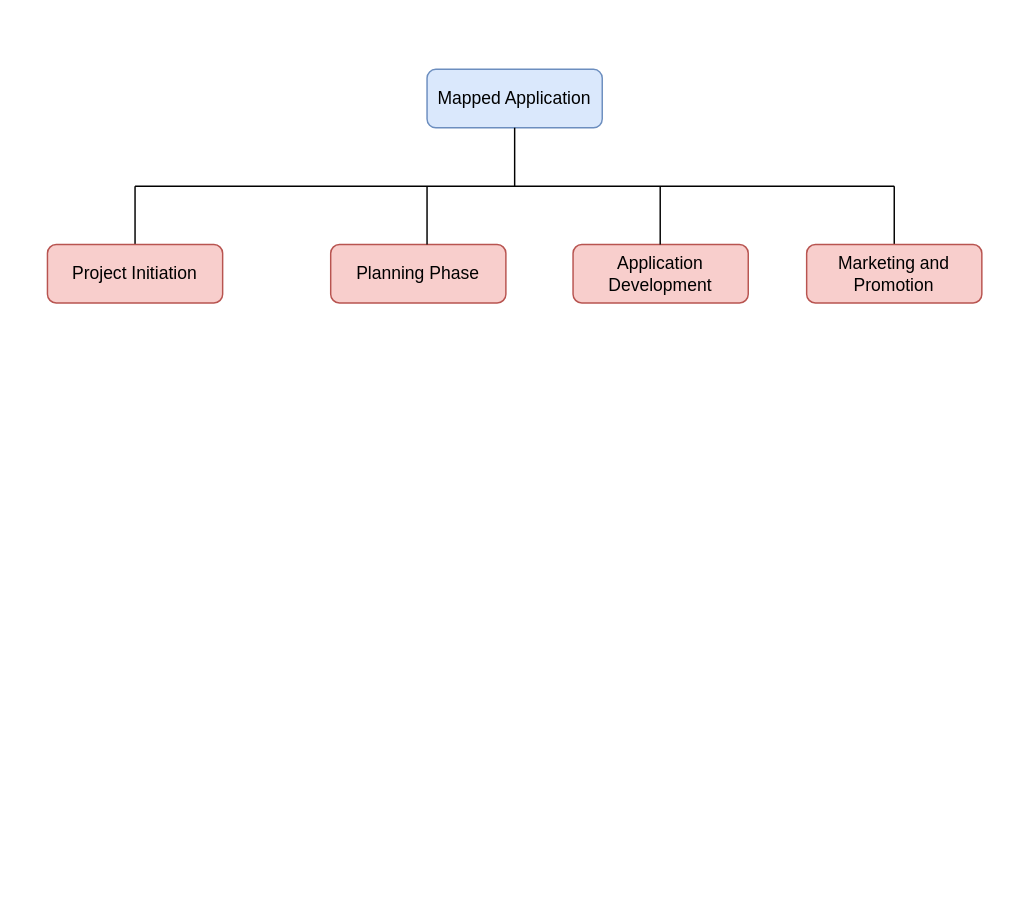
easy297/carMusc-landingTemplate keeps this draw.io diagram as Untitled Diagram.drawio. Above is the earlier version. Source tidied: cells renumbered, new cells numbered last; positions are measured from the earlier drawing's top-left corner, leaving out a move shared by most shapes. Both pictures are drawn from the tidied source at 146%, with x=0, y=0 at pixel (47, 69).
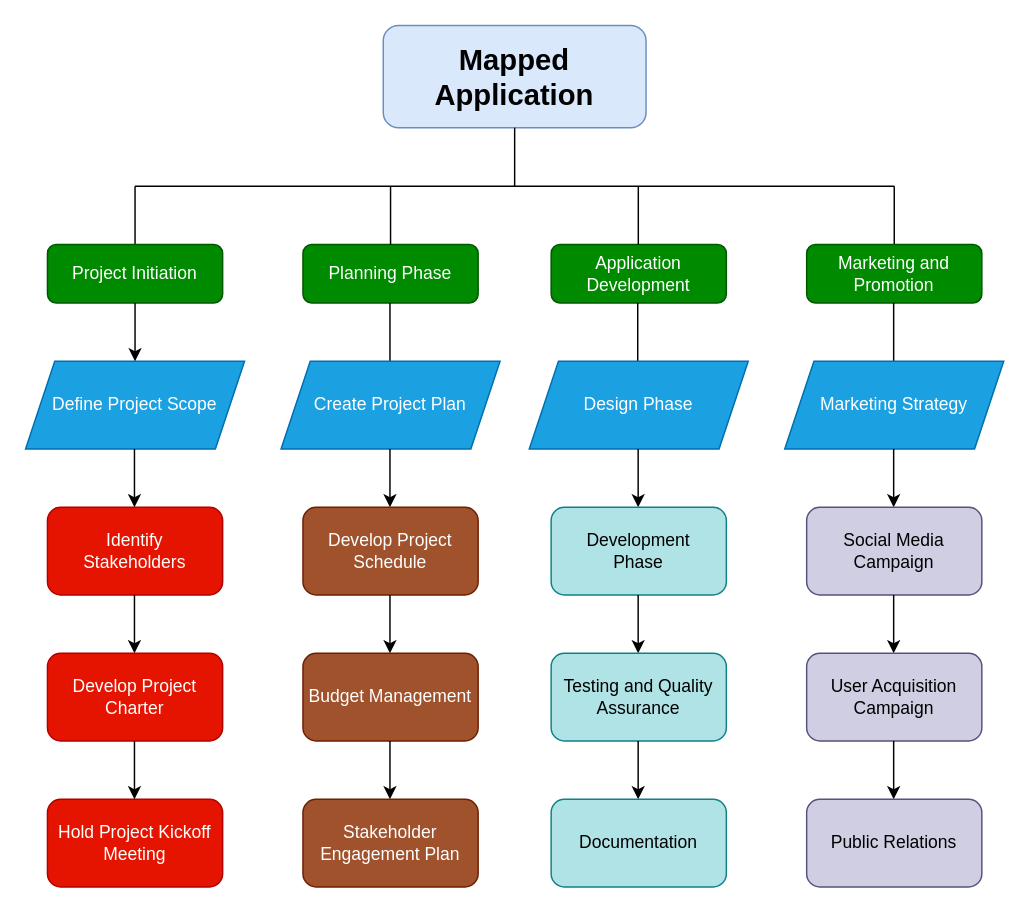
Above is the later version.

What changed in the source:
```diff
@@
-    <mxCell id="2" value="Mapped Application" style="rounded=1;whiteSpace=wrap;html=1;fillColor=#dae8fc;strokeColor=#6c8ebf;" parent="1" vertex="1">
-      <mxGeometry x="260" width="120" height="40" as="geometry" />
+    <mxCell id="2" value="&lt;font style=&quot;font-size: 20px;&quot;&gt;&lt;b&gt;Mapped Application&lt;/b&gt;&lt;/font&gt;" style="rounded=1;whiteSpace=wrap;html=1;fillColor=#dae8fc;strokeColor=#6c8ebf;" parent="1" vertex="1">
+      <mxGeometry x="230" y="-30" width="180" height="70" as="geometry" />
     </mxCell>
@@
-    <mxCell id="7" value="Project Initiation" style="rounded=1;whiteSpace=wrap;html=1;fillColor=#f8cecc;strokeColor=#b85450;" parent="1" vertex="1">
+    <mxCell id="7" value="Project Initiation" style="rounded=1;whiteSpace=wrap;html=1;fillColor=#008a00;strokeColor=#005700;fontColor=#ffffff;" parent="1" vertex="1">
       <mxGeometry y="120" width="120" height="40" as="geometry" />
     </mxCell>
-    <mxCell id="8" value="Planning Phase" style="rounded=1;whiteSpace=wrap;html=1;fillColor=#f8cecc;strokeColor=#b85450;" parent="1" vertex="1">
-      <mxGeometry x="194" y="120" width="120" height="40" as="geometry" />
+    <mxCell id="8" value="Planning Phase" style="rounded=1;whiteSpace=wrap;html=1;fillColor=#008a00;strokeColor=#005700;fontColor=#ffffff;" parent="1" vertex="1">
+      <mxGeometry x="175" y="120" width="120" height="40" as="geometry" />
     </mxCell>
-    <mxCell id="9" value="Application Development" style="rounded=1;whiteSpace=wrap;html=1;fillColor=#f8cecc;strokeColor=#b85450;" parent="1" vertex="1">
-      <mxGeometry x="360" y="120" width="120" height="40" as="geometry" />
+    <mxCell id="9" value="Application Development" style="rounded=1;whiteSpace=wrap;html=1;fillColor=#008a00;strokeColor=#005700;fontColor=#ffffff;" parent="1" vertex="1">
+      <mxGeometry x="345" y="120" width="120" height="40" as="geometry" />
     </mxCell>
-    <mxCell id="10" value="Marketing and Promotion" style="rounded=1;whiteSpace=wrap;html=1;fillColor=#f8cecc;strokeColor=#b85450;" parent="1" vertex="1">
+    <mxCell id="10" value="Marketing and Promotion" style="rounded=1;whiteSpace=wrap;html=1;fillColor=#008a00;strokeColor=#005700;fontColor=#ffffff;" parent="1" vertex="1">
       <mxGeometry x="520" y="120" width="120" height="40" as="geometry" />
     </mxCell>
     <mxCell id="11" style="endArrow=none;html=1;rounded=0;" parent="1" edge="1">
       <mxGeometry relative="1" as="geometry">
-        <mxPoint x="260" y="120" as="sourcePoint" />
-        <mxPoint x="260" y="80" as="targetPoint" />
+        <mxPoint x="235" y="120" as="sourcePoint" />
+        <mxPoint x="235" y="80" as="targetPoint" />
       </mxGeometry>
     </mxCell>
     <mxCell id="12" style="endArrow=none;html=1;rounded=0;" parent="1" edge="1">
       <mxGeometry relative="1" as="geometry">
-        <mxPoint x="419.7" y="120" as="sourcePoint" />
-        <mxPoint x="419.7" y="80" as="targetPoint" />
+        <mxPoint x="404.7" y="120" as="sourcePoint" />
+        <mxPoint x="404.7" y="80" as="targetPoint" />
       </mxGeometry>
     </mxCell>
+    <mxCell id="13" style="endArrow=none;html=1;rounded=0;" parent="1" edge="1">
+      <mxGeometry relative="1" as="geometry">
+        <mxPoint x="234.6" y="200" as="sourcePoint" />
+        <mxPoint x="234.6" y="160" as="targetPoint" />
+      </mxGeometry>
+    </mxCell>
+    <mxCell id="14" style="endArrow=none;html=1;rounded=0;" parent="1" edge="1">
+      <mxGeometry relative="1" as="geometry">
+        <mxPoint x="404.3" y="200" as="sourcePoint" />
+        <mxPoint x="404.3" y="160" as="targetPoint" />
+      </mxGeometry>
+    </mxCell>
+    <mxCell id="15" style="endArrow=none;html=1;rounded=0;" parent="1" edge="1">
+      <mxGeometry relative="1" as="geometry">
+        <mxPoint x="579.6" y="200" as="sourcePoint" />
+        <mxPoint x="579.6" y="160" as="targetPoint" />
+      </mxGeometry>
+    </mxCell>
+    <mxCell id="16" value="Define Project Scope" style="shape=parallelogram;perimeter=parallelogramPerimeter;whiteSpace=wrap;html=1;fixedSize=1;fillColor=#1ba1e2;fontColor=#ffffff;strokeColor=#006EAF;" parent="1" vertex="1">
+      <mxGeometry x="-15" y="200" width="150" height="60" as="geometry" />
+    </mxCell>
+    <mxCell id="17" value="Create Project Plan&lt;br&gt;&lt;ul style=&quot;border: 0px solid rgb(217, 217, 227); box-sizing: border-box; --tw-border-spacing-x: 0; --tw-border-spacing-y: 0; --tw-translate-x: 0; --tw-translate-y: 0; --tw-rotate: 0; --tw-skew-x: 0; --tw-skew-y: 0; --tw-scale-x: 1; --tw-scale-y: 1; --tw-pan-x: ; --tw-pan-y: ; --tw-pinch-zoom: ; --tw-scroll-snap-strictness: proximity; --tw-gradient-from-position: ; --tw-gradient-via-position: ; --tw-gradient-to-position: ; --tw-ordinal: ; --tw-slashed-zero: ; --tw-numeric-figure: ; --tw-numeric-spacing: ; --tw-numeric-fraction: ; --tw-ring-inset: ; --tw-ring-offset-width: 0px; --tw-ring-offset-color: #fff; --tw-ring-color: rgba(69,89,164,.5); --tw-ring-offset-shadow: 0 0 transparent; --tw-ring-shadow: 0 0 transparent; --tw-shadow: 0 0 transparent; --tw-shadow-colored: 0 0 transparent; --tw-blur: ; --tw-brightness: ; --tw-contrast: ; --tw-grayscale: ; --tw-hue-rotate: ; --tw-invert: ; --tw-saturate: ; --tw-sepia: ; --tw-drop-shadow: ; --tw-backdrop-blur: ; --tw-backdrop-brightness: ; --tw-backdrop-contrast: ; --tw-backdrop-grayscale: ; --tw-backdrop-hue-rotate: ; --tw-backdrop-invert: ; --tw-backdrop-opacity: ; --tw-backdrop-saturate: ; --tw-backdrop-sepia: ; list-style-position: initial; list-style-image: initial; margin: 0px 0px 0px 1rem; padding: 0px; display: flex; flex-direction: column; color: rgb(209, 213, 219); font-family: Söhne, ui-sans-serif, system-ui, -apple-system, &amp;quot;Segoe UI&amp;quot;, Roboto, Ubuntu, Cantarell, &amp;quot;Noto Sans&amp;quot;, sans-serif, &amp;quot;Helvetica Neue&amp;quot;, Arial, &amp;quot;Apple Color Emoji&amp;quot;, &amp;quot;Segoe UI Emoji&amp;quot;, &amp;quot;Segoe UI Symbol&amp;quot;, &amp;quot;Noto Color Emoji&amp;quot;; font-size: 16px; text-align: left; background-color: rgb(68, 70, 84);&quot;&gt;&lt;/ul&gt;" style="shape=parallelogram;perimeter=parallelogramPerimeter;whiteSpace=wrap;html=1;fixedSize=1;fillColor=#1ba1e2;fontColor=#ffffff;strokeColor=#006EAF;" parent="1" vertex="1">
+      <mxGeometry x="160" y="200" width="150" height="60" as="geometry" />
+    </mxCell>
+    <mxCell id="18" value="Design Phase" style="shape=parallelogram;perimeter=parallelogramPerimeter;whiteSpace=wrap;html=1;fixedSize=1;fillColor=#1ba1e2;fontColor=#ffffff;strokeColor=#006EAF;" parent="1" vertex="1">
+      <mxGeometry x="330" y="200" width="150" height="60" as="geometry" />
+    </mxCell>
+    <mxCell id="19" value=" Marketing Strategy" style="shape=parallelogram;perimeter=parallelogramPerimeter;whiteSpace=wrap;html=1;fixedSize=1;fillColor=#1ba1e2;fontColor=#ffffff;strokeColor=#006EAF;" parent="1" vertex="1">
+      <mxGeometry x="505" y="200" width="150" height="60" as="geometry" />
+    </mxCell>
+    <mxCell id="20" value="Identify &lt;br&gt;Stakeholders" style="rounded=1;whiteSpace=wrap;html=1;fillColor=#e51400;fontColor=#ffffff;strokeColor=#B20000;" parent="1" vertex="1">
+      <mxGeometry y="300" width="120" height="60" as="geometry" />
+    </mxCell>
+    <mxCell id="21" style="endArrow=classic;html=1;rounded=0;entryX=0.5;entryY=0;entryDx=0;entryDy=0;exitX=0.5;exitY=1;exitDx=0;exitDy=0;" parent="1" edge="1" source="7" target="16">
+      <mxGeometry relative="1" as="geometry" />
+    </mxCell>
+    <mxCell id="22" style="endArrow=classic;html=1;rounded=0;entryX=0.5;entryY=0;entryDx=0;entryDy=0;exitX=0.5;exitY=1;exitDx=0;exitDy=0;" parent="1" edge="1">
+      <mxGeometry relative="1" as="geometry">
+        <mxPoint x="59.6" y="260" as="sourcePoint" />
+        <mxPoint x="59.6" y="300" as="targetPoint" />
+      </mxGeometry>
+    </mxCell>
+    <mxCell id="23" style="endArrow=classic;html=1;rounded=0;entryX=0.5;entryY=0;entryDx=0;entryDy=0;exitX=0.5;exitY=1;exitDx=0;exitDy=0;" parent="1" edge="1">
+      <mxGeometry relative="1" as="geometry">
+        <mxPoint x="59.6" y="360" as="sourcePoint" />
+        <mxPoint x="59.6" y="400" as="targetPoint" />
+      </mxGeometry>
+    </mxCell>
+    <mxCell id="24" value="Develop Project Charter" style="rounded=1;whiteSpace=wrap;html=1;fillColor=#e51400;fontColor=#ffffff;strokeColor=#B20000;" parent="1" vertex="1">
+      <mxGeometry y="400" width="120" height="60" as="geometry" />
+    </mxCell>
+    <mxCell id="25" value="Hold Project Kickoff Meeting" style="rounded=1;whiteSpace=wrap;html=1;fillColor=#e51400;fontColor=#ffffff;strokeColor=#B20000;" parent="1" vertex="1">
+      <mxGeometry y="500" width="120" height="60" as="geometry" />
+    </mxCell>
+    <mxCell id="26" style="endArrow=classic;html=1;rounded=0;entryX=0.5;entryY=0;entryDx=0;entryDy=0;exitX=0.5;exitY=1;exitDx=0;exitDy=0;" parent="1" edge="1">
+      <mxGeometry relative="1" as="geometry">
+        <mxPoint x="59.6" y="460" as="sourcePoint" />
+        <mxPoint x="59.6" y="500" as="targetPoint" />
+      </mxGeometry>
+    </mxCell>
+    <mxCell id="27" style="endArrow=classic;html=1;rounded=0;entryX=0.5;entryY=0;entryDx=0;entryDy=0;exitX=0.5;exitY=1;exitDx=0;exitDy=0;" parent="1" edge="1">
+      <mxGeometry relative="1" as="geometry">
+        <mxPoint x="234.6" y="260" as="sourcePoint" />
+        <mxPoint x="234.6" y="300" as="targetPoint" />
+      </mxGeometry>
+    </mxCell>
+    <mxCell id="28" value="Develop Project Schedule" style="rounded=1;whiteSpace=wrap;html=1;fillColor=#a0522d;fontColor=#ffffff;strokeColor=#6D1F00;" parent="1" vertex="1">
+      <mxGeometry x="175" y="300" width="120" height="60" as="geometry" />
+    </mxCell>
+    <mxCell id="29" style="endArrow=classic;html=1;rounded=0;entryX=0.5;entryY=0;entryDx=0;entryDy=0;exitX=0.5;exitY=1;exitDx=0;exitDy=0;" parent="1" edge="1">
+      <mxGeometry relative="1" as="geometry">
+        <mxPoint x="234.6" y="360" as="sourcePoint" />
+        <mxPoint x="234.6" y="400" as="targetPoint" />
+      </mxGeometry>
+    </mxCell>
+    <mxCell id="30" value="Budget Management" style="rounded=1;whiteSpace=wrap;html=1;fillColor=#a0522d;fontColor=#ffffff;strokeColor=#6D1F00;" parent="1" vertex="1">
+      <mxGeometry x="175" y="400" width="120" height="60" as="geometry" />
+    </mxCell>
+    <mxCell id="31" style="endArrow=classic;html=1;rounded=0;entryX=0.5;entryY=0;entryDx=0;entryDy=0;exitX=0.5;exitY=1;exitDx=0;exitDy=0;" parent="1" edge="1">
+      <mxGeometry relative="1" as="geometry">
+        <mxPoint x="234.6" y="460" as="sourcePoint" />
+        <mxPoint x="234.6" y="500" as="targetPoint" />
+      </mxGeometry>
+    </mxCell>
+    <mxCell id="32" value="Stakeholder Engagement Plan" style="rounded=1;whiteSpace=wrap;html=1;fillColor=#a0522d;fontColor=#ffffff;strokeColor=#6D1F00;" parent="1" vertex="1">
+      <mxGeometry x="175" y="500" width="120" height="60" as="geometry" />
+    </mxCell>
+    <mxCell id="33" style="endArrow=classic;html=1;rounded=0;entryX=0.5;entryY=0;entryDx=0;entryDy=0;exitX=0.5;exitY=1;exitDx=0;exitDy=0;" parent="1" edge="1">
+      <mxGeometry relative="1" as="geometry">
+        <mxPoint x="404.6" y="260" as="sourcePoint" />
+        <mxPoint x="404.6" y="300" as="targetPoint" />
+      </mxGeometry>
+    </mxCell>
+    <mxCell id="34" value="Development &lt;br&gt;Phase" style="rounded=1;whiteSpace=wrap;html=1;fillColor=#b0e3e6;strokeColor=#0e8088;" parent="1" vertex="1">
+      <mxGeometry x="345" y="300" width="120" height="60" as="geometry" />
+    </mxCell>
+    <mxCell id="35" style="endArrow=classic;html=1;rounded=0;entryX=0.5;entryY=0;entryDx=0;entryDy=0;exitX=0.5;exitY=1;exitDx=0;exitDy=0;" parent="1" edge="1">
+      <mxGeometry relative="1" as="geometry">
+        <mxPoint x="404.6" y="360" as="sourcePoint" />
+        <mxPoint x="404.6" y="400" as="targetPoint" />
+      </mxGeometry>
+    </mxCell>
+    <mxCell id="36" value="Testing and Quality Assurance" style="rounded=1;whiteSpace=wrap;html=1;fillColor=#b0e3e6;strokeColor=#0e8088;" parent="1" vertex="1">
+      <mxGeometry x="345" y="400" width="120" height="60" as="geometry" />
+    </mxCell>
+    <mxCell id="37" style="endArrow=classic;html=1;rounded=0;entryX=0.5;entryY=0;entryDx=0;entryDy=0;exitX=0.5;exitY=1;exitDx=0;exitDy=0;" parent="1" edge="1">
+      <mxGeometry relative="1" as="geometry">
+        <mxPoint x="404.6" y="460" as="sourcePoint" />
+        <mxPoint x="404.6" y="500" as="targetPoint" />
+      </mxGeometry>
+    </mxCell>
+    <mxCell id="38" value="Documentation" style="rounded=1;whiteSpace=wrap;html=1;fillColor=#b0e3e6;strokeColor=#0e8088;" parent="1" vertex="1">
+      <mxGeometry x="345" y="500" width="120" height="60" as="geometry" />
+    </mxCell>
+    <mxCell id="39" style="endArrow=classic;html=1;rounded=0;entryX=0.5;entryY=0;entryDx=0;entryDy=0;exitX=0.5;exitY=1;exitDx=0;exitDy=0;" parent="1" edge="1">
+      <mxGeometry relative="1" as="geometry">
+        <mxPoint x="579.6" y="260" as="sourcePoint" />
+        <mxPoint x="579.6" y="300" as="targetPoint" />
+      </mxGeometry>
+    </mxCell>
+    <mxCell id="40" value="Social Media Campaign" style="rounded=1;whiteSpace=wrap;html=1;fillColor=#d0cee2;strokeColor=#56517e;" parent="1" vertex="1">
+      <mxGeometry x="520" y="300" width="120" height="60" as="geometry" />
+    </mxCell>
+    <mxCell id="41" style="endArrow=classic;html=1;rounded=0;entryX=0.5;entryY=0;entryDx=0;entryDy=0;exitX=0.5;exitY=1;exitDx=0;exitDy=0;" parent="1" edge="1">
+      <mxGeometry relative="1" as="geometry">
+        <mxPoint x="579.6" y="360" as="sourcePoint" />
+        <mxPoint x="579.6" y="400" as="targetPoint" />
+      </mxGeometry>
+    </mxCell>
+    <mxCell id="42" value="User Acquisition Campaign" style="rounded=1;whiteSpace=wrap;html=1;fillColor=#d0cee2;strokeColor=#56517e;" parent="1" vertex="1">
+      <mxGeometry x="520" y="400" width="120" height="60" as="geometry" />
+    </mxCell>
+    <mxCell id="43" style="endArrow=classic;html=1;rounded=0;entryX=0.5;entryY=0;entryDx=0;entryDy=0;exitX=0.5;exitY=1;exitDx=0;exitDy=0;" parent="1" edge="1">
+      <mxGeometry relative="1" as="geometry">
+        <mxPoint x="579.6" y="460" as="sourcePoint" />
+        <mxPoint x="579.6" y="500" as="targetPoint" />
+      </mxGeometry>
+    </mxCell>
+    <mxCell id="44" value=" Public Relations" style="rounded=1;whiteSpace=wrap;html=1;fillColor=#d0cee2;strokeColor=#56517e;" parent="1" vertex="1">
+      <mxGeometry x="520" y="500" width="120" height="60" as="geometry" />
+    </mxCell>
```
